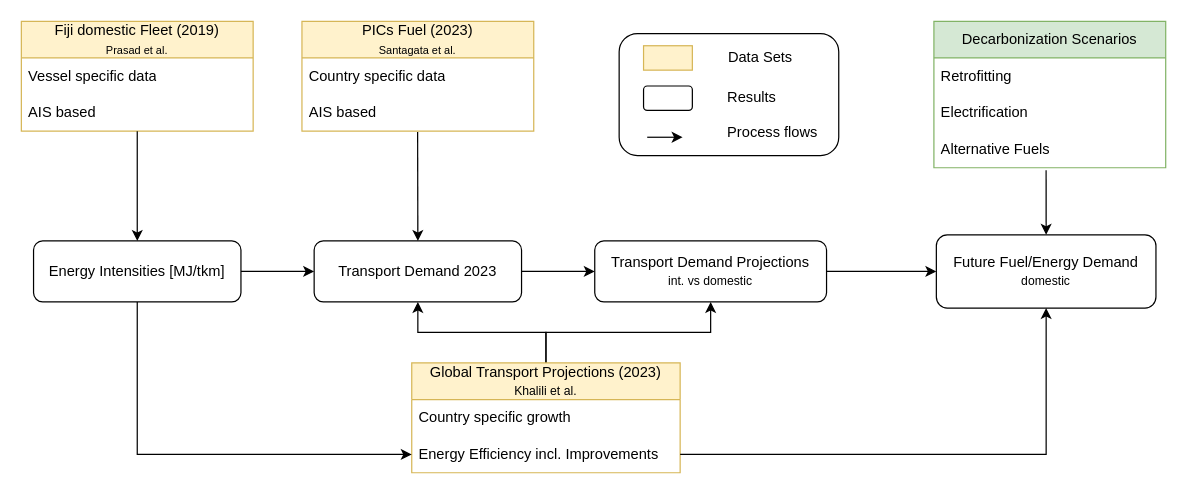
This is Untitled Diagram.drawio from FOFOS22/SemesterThesis, a draw.io file, before an edit. Source tidied: cells renumbered, new cells numbered last; positions are measured from the earlier drawing's top-left corner, leaving out a move shared by most shapes. Both pictures are drawn from the tidied source at 122%, with x=0, y=0 at pixel (21, 21).
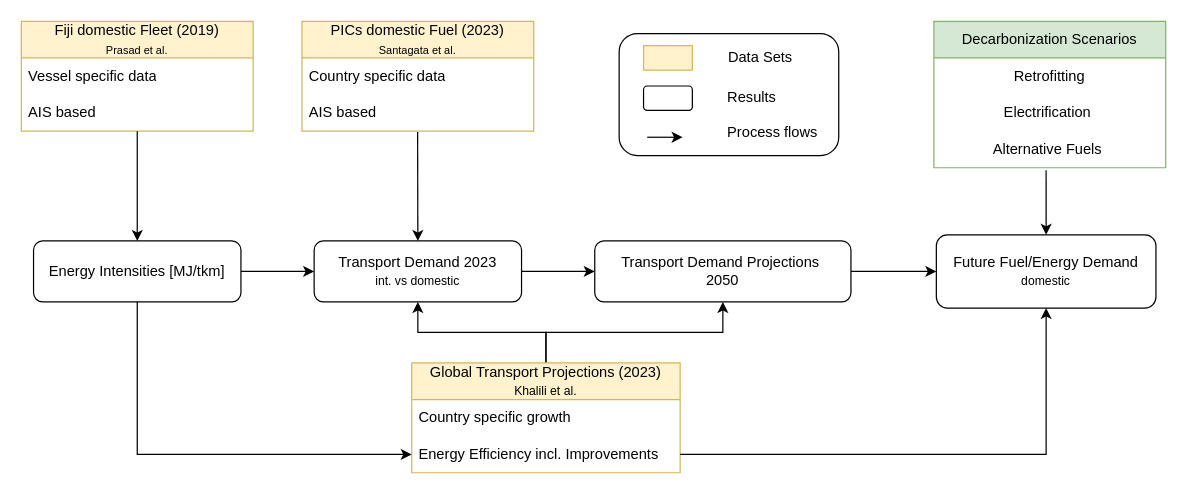
The same diagram, later.

The change refers to these unchanged cells:
```xml
<mxCell id="25" value="Decarbonization Scenarios" style="swimlane;fontStyle=0;horizontal=1;startSize=30;whiteSpace=wrap;html=1;fillColor=#d5e8d4;strokeColor=#82b366;" parent="1" vertex="1">
  <mxGeometry x="748" width="190" height="120" as="geometry" />
</mxCell>
```

Change to the diagram source:
```diff
@@
-    <mxCell id="5" value="PICs Fuel (2023)&lt;div&gt;&lt;font style=&quot;font-size: 9px;&quot;&gt;Santagata et al.&lt;/font&gt;&lt;/div&gt;" style="swimlane;fontStyle=0;horizontal=1;startSize=30;whiteSpace=wrap;html=1;fillColor=#fff2cc;strokeColor=#d6b656;" parent="1" vertex="1">
+    <mxCell id="5" value="PICs domestic Fuel (2023)&lt;div&gt;&lt;font style=&quot;font-size: 9px;&quot;&gt;Santagata et al.&lt;/font&gt;&lt;/div&gt;" style="swimlane;fontStyle=0;horizontal=1;startSize=30;whiteSpace=wrap;html=1;fillColor=#fff2cc;strokeColor=#d6b656;" parent="1" vertex="1">
       <mxGeometry x="230" width="190" height="90" as="geometry" />
     </mxCell>
@@
-    <mxCell id="12" value="Transport Demand 2023" style="rounded=1;whiteSpace=wrap;html=1;" parent="1" vertex="1">
+    <mxCell id="12" value="Transport Demand 2023&lt;div&gt;&lt;span style=&quot;font-size: 10px;&quot;&gt;int. vs domestic&lt;/span&gt;&lt;br&gt;&lt;/div&gt;" style="rounded=1;whiteSpace=wrap;html=1;" parent="1" vertex="1">
       <mxGeometry x="240" y="180" width="170" height="50" as="geometry" />
     </mxCell>
@@
-    <mxCell id="20" value="Transport Demand Projections&lt;div&gt;&lt;font style=&quot;font-size: 10px;&quot;&gt;int. vs domestic&lt;/font&gt;&lt;/div&gt;" style="rounded=1;whiteSpace=wrap;html=1;" parent="1" vertex="1">
-      <mxGeometry x="470" y="180" width="190" height="50" as="geometry" />
+    <mxCell id="20" value="Transport Demand Projections&amp;nbsp;&lt;div&gt;2050&lt;/div&gt;" style="rounded=1;whiteSpace=wrap;html=1;" parent="1" vertex="1">
+      <mxGeometry x="470" y="180" width="210" height="50" as="geometry" />
     </mxCell>
@@
-    <mxCell id="26" value="Retrofitting" style="text;align=left;verticalAlign=middle;spacingLeft=4;spacingRight=4;overflow=hidden;whiteSpace=wrap;html=1;" parent="25" vertex="1">
+    <mxCell id="26" value="Retrofitting" style="text;align=center;verticalAlign=middle;spacingLeft=4;spacingRight=4;overflow=hidden;whiteSpace=wrap;html=1;" parent="25" vertex="1">
       <mxGeometry y="30" width="190" height="30" as="geometry" />
     </mxCell>
-    <mxCell id="27" value="Electrification" style="text;strokeColor=none;fillColor=none;align=left;verticalAlign=middle;spacingLeft=4;spacingRight=4;overflow=hidden;whiteSpace=wrap;html=1;" parent="25" vertex="1">
+    <mxCell id="27" value="Electrification&amp;nbsp;" style="text;strokeColor=none;fillColor=none;align=center;verticalAlign=middle;spacingLeft=4;spacingRight=4;overflow=hidden;whiteSpace=wrap;html=1;" parent="25" vertex="1">
       <mxGeometry y="60" width="190" height="30" as="geometry" />
     </mxCell>
-    <mxCell id="28" value="Alternative Fuels" style="text;strokeColor=none;fillColor=none;align=left;verticalAlign=middle;spacingLeft=4;spacingRight=4;overflow=hidden;points=[[0,0.5],[1,0.5]];portConstraint=eastwest;whiteSpace=wrap;html=1;" parent="25" vertex="1">
+    <mxCell id="28" value="Alternative Fuels&amp;nbsp;" style="text;strokeColor=none;fillColor=none;align=center;verticalAlign=middle;spacingLeft=4;spacingRight=4;overflow=hidden;points=[[0,0.5],[1,0.5]];portConstraint=eastwest;whiteSpace=wrap;html=1;" parent="25" vertex="1">
       <mxGeometry y="90" width="190" height="30" as="geometry" />
     </mxCell>
```
